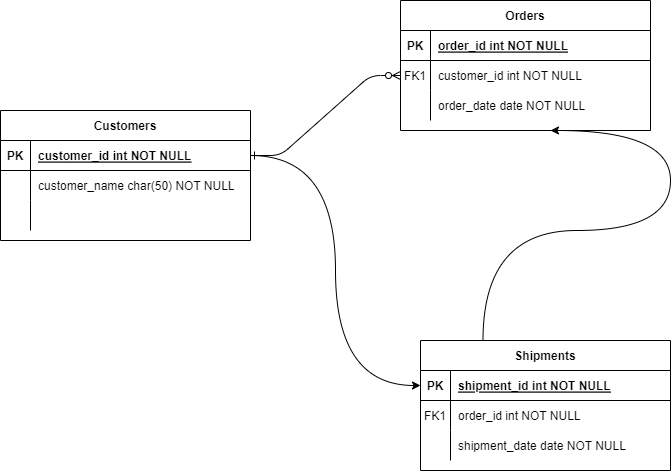
Above: Untitled Diagram.drawio.png in OrGeisler/Evaluation-Project (draw.io), before the change. Source tidied: cells renumbered, new cells last; positions are measured from the earlier drawing's top-left corner, leaving out a move shared by most shapes.
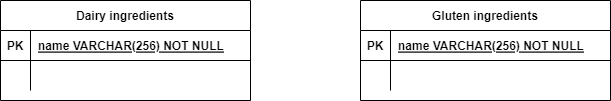
Above is the later version.

Diff of the diagram source:
```diff
@@ -2,11 +2,8 @@
   <root>
     <mxCell id="0" />
     <mxCell id="1" parent="0" />
-    <mxCell id="2" style="edgeStyle=entityRelationEdgeStyle;endArrow=ERzeroToMany;startArrow=ERone;endFill=1;startFill=0;" parent="1" edge="1" source="25" target="7">
-      <mxGeometry relative="1" as="geometry" />
-    </mxCell>
-    <mxCell id="3" value="Orders" style="shape=table;startSize=30;rowLines=0;fontStyle=1;align=center;" parent="1" vertex="1">
-      <mxGeometry x="400" width="250" height="130" as="geometry" />
+    <mxCell id="3" value="Gluten ingredients" style="shape=table;startSize=30;rowLines=0;fontStyle=1;align=center;" parent="1" vertex="1">
+      <mxGeometry x="420" y="110" width="250" height="100" as="geometry" />
     </mxCell>
     <mxCell id="4" style="shape=partialRectangle;fillColor=none;top=0;left=0;right=0;bottom=1;" parent="3" vertex="1">
       <mxGeometry y="30" width="250" height="30" as="geometry" />
@@ -14,62 +11,20 @@
     <mxCell id="5" value="PK" style="shape=partialRectangle;overflow=hidden;fillColor=none;top=0;left=0;bottom=0;right=0;fontStyle=1;" parent="4" vertex="1">
       <mxGeometry width="30" height="30" as="geometry" />
     </mxCell>
-    <mxCell id="6" value="order_id int NOT NULL " style="shape=partialRectangle;overflow=hidden;fillColor=none;top=0;left=0;bottom=0;right=0;align=left;spacingLeft=6;fontStyle=5;" parent="4" vertex="1">
+    <mxCell id="6" value="name VARCHAR(256) NOT NULL" style="shape=partialRectangle;overflow=hidden;fillColor=none;top=0;left=0;bottom=0;right=0;align=left;spacingLeft=6;fontStyle=5;" parent="4" vertex="1">
       <mxGeometry x="30" width="220" height="30" as="geometry" />
     </mxCell>
     <mxCell id="7" style="shape=partialRectangle;fillColor=none;points=[[0,0.5],[1,0.5]];portConstraint=eastwest;top=0;left=0;right=0;bottom=0;" parent="3" vertex="1">
       <mxGeometry y="60" width="250" height="30" as="geometry" />
     </mxCell>
-    <mxCell id="8" value="FK1" style="shape=partialRectangle;overflow=hidden;fillColor=none;top=0;left=0;bottom=0;right=0;" parent="7" vertex="1">
+    <mxCell id="8" style="shape=partialRectangle;overflow=hidden;fillColor=none;top=0;left=0;bottom=0;right=0;" parent="7" vertex="1">
       <mxGeometry width="30" height="30" as="geometry" />
     </mxCell>
-    <mxCell id="9" value="customer_id int NOT NULL" style="shape=partialRectangle;overflow=hidden;fillColor=none;top=0;left=0;bottom=0;right=0;align=left;spacingLeft=6;" parent="7" vertex="1">
+    <mxCell id="9" style="shape=partialRectangle;overflow=hidden;fillColor=none;top=0;left=0;bottom=0;right=0;align=left;spacingLeft=6;" parent="7" vertex="1">
       <mxGeometry x="30" width="220" height="30" as="geometry" />
     </mxCell>
-    <mxCell id="10" style="shape=partialRectangle;fillColor=none;points=[[0,0.5],[1,0.5]];portConstraint=eastwest;top=0;left=0;right=0;bottom=0;" parent="3" vertex="1">
-      <mxGeometry y="90" width="250" height="30" as="geometry" />
-    </mxCell>
-    <mxCell id="11" style="shape=partialRectangle;overflow=hidden;fillColor=none;top=0;left=0;bottom=0;right=0;" parent="10" vertex="1">
-      <mxGeometry width="30" height="30" as="geometry" />
-    </mxCell>
-    <mxCell id="12" value="order_date date NOT NULL" style="shape=partialRectangle;overflow=hidden;fillColor=none;top=0;left=0;bottom=0;right=0;align=left;spacingLeft=6;" parent="10" vertex="1">
-      <mxGeometry x="30" width="220" height="30" as="geometry" />
-    </mxCell>
-    <mxCell id="13" style="edgeStyle=orthogonalEdgeStyle;curved=1;rounded=0;jettySize=auto;html=1;exitX=0.25;exitY=0;exitDx=0;exitDy=0;entryX=0.6;entryY=1.333;entryDx=0;entryDy=0;entryPerimeter=0;" parent="1" edge="1" source="14" target="10">
-      <mxGeometry relative="1" as="geometry" />
-    </mxCell>
-    <mxCell id="14" value="Shipments" style="shape=table;startSize=30;rowLines=0;fontStyle=1;align=center;" parent="1" vertex="1">
-      <mxGeometry x="420" y="340" width="250" height="130" as="geometry" />
-    </mxCell>
-    <mxCell id="15" style="shape=partialRectangle;fillColor=none;points=[[0,0.5],[1,0.5]];portConstraint=eastwest;top=0;left=0;right=0;bottom=1;" parent="14" vertex="1">
-      <mxGeometry y="30" width="250" height="30" as="geometry" />
-    </mxCell>
-    <mxCell id="16" value="PK" style="shape=partialRectangle;overflow=hidden;fillColor=none;top=0;left=0;bottom=0;right=0;fontStyle=1;" parent="15" vertex="1">
-      <mxGeometry width="30" height="30" as="geometry" />
-    </mxCell>
-    <mxCell id="17" value="shipment_id int NOT NULL " style="shape=partialRectangle;overflow=hidden;fillColor=none;top=0;left=0;bottom=0;right=0;align=left;spacingLeft=6;fontStyle=5;" parent="15" vertex="1">
-      <mxGeometry x="30" width="220" height="30" as="geometry" />
-    </mxCell>
-    <mxCell id="18" style="shape=partialRectangle;fillColor=none;top=0;left=0;right=0;bottom=0;" parent="14" vertex="1">
-      <mxGeometry y="60" width="250" height="30" as="geometry" />
-    </mxCell>
-    <mxCell id="19" value="FK1" style="shape=partialRectangle;overflow=hidden;fillColor=none;top=0;left=0;bottom=0;right=0;" parent="18" vertex="1">
-      <mxGeometry width="30" height="30" as="geometry" />
-    </mxCell>
-    <mxCell id="20" value="order_id int NOT NULL" style="shape=partialRectangle;overflow=hidden;fillColor=none;top=0;left=0;bottom=0;right=0;align=left;spacingLeft=6;" parent="18" vertex="1">
-      <mxGeometry x="30" width="220" height="30" as="geometry" />
-    </mxCell>
-    <mxCell id="21" style="shape=partialRectangle;fillColor=none;top=0;left=0;right=0;bottom=0;" parent="14" vertex="1">
-      <mxGeometry y="90" width="250" height="30" as="geometry" />
-    </mxCell>
-    <mxCell id="22" style="shape=partialRectangle;overflow=hidden;fillColor=none;top=0;left=0;bottom=0;right=0;" parent="21" vertex="1">
-      <mxGeometry width="30" height="30" as="geometry" />
-    </mxCell>
-    <mxCell id="23" value="shipment_date date NOT NULL" style="shape=partialRectangle;overflow=hidden;fillColor=none;top=0;left=0;bottom=0;right=0;align=left;spacingLeft=6;" parent="21" vertex="1">
-      <mxGeometry x="30" width="220" height="30" as="geometry" />
-    </mxCell>
-    <mxCell id="24" value="Customers" style="shape=table;startSize=30;rowLines=0;fontStyle=1;align=center;" parent="1" vertex="1">
-      <mxGeometry y="110" width="250" height="130" as="geometry" />
+    <mxCell id="24" value="Dairy ingredients" style="shape=table;startSize=30;rowLines=0;fontStyle=1;align=center;" parent="1" vertex="1">
+      <mxGeometry x="60" y="110" width="250" height="100" as="geometry" />
     </mxCell>
     <mxCell id="25" style="shape=partialRectangle;fillColor=none;points=[[0,0.5],[1,0.5]];portConstraint=eastwest;top=0;left=0;right=0;bottom=1;" parent="24" vertex="1">
       <mxGeometry y="30" width="250" height="30" as="geometry" />
@@ -77,7 +32,7 @@
     <mxCell id="26" value="PK" style="shape=partialRectangle;overflow=hidden;fillColor=none;top=0;left=0;bottom=0;right=0;fontStyle=1;" parent="25" vertex="1">
       <mxGeometry width="30" height="30" as="geometry" />
     </mxCell>
-    <mxCell id="27" value="customer_id int NOT NULL " style="shape=partialRectangle;overflow=hidden;fillColor=none;top=0;left=0;bottom=0;right=0;align=left;spacingLeft=6;fontStyle=5;" parent="25" vertex="1">
+    <mxCell id="27" value="name VARCHAR(256) NOT NULL " style="shape=partialRectangle;overflow=hidden;fillColor=none;top=0;left=0;bottom=0;right=0;align=left;spacingLeft=6;fontStyle=5;" parent="25" vertex="1">
       <mxGeometry x="30" width="220" height="30" as="geometry" />
     </mxCell>
     <mxCell id="28" style="shape=partialRectangle;fillColor=none;top=0;left=0;right=0;bottom=0;" parent="24" vertex="1">
@@ -86,20 +41,8 @@
     <mxCell id="29" style="shape=partialRectangle;overflow=hidden;fillColor=none;top=0;left=0;bottom=0;right=0;" parent="28" vertex="1">
       <mxGeometry width="30" height="30" as="geometry" />
     </mxCell>
-    <mxCell id="30" value="customer_name char(50) NOT NULL" style="shape=partialRectangle;overflow=hidden;fillColor=none;top=0;left=0;bottom=0;right=0;align=left;spacingLeft=6;" parent="28" vertex="1">
+    <mxCell id="30" style="shape=partialRectangle;overflow=hidden;fillColor=none;top=0;left=0;bottom=0;right=0;align=left;spacingLeft=6;" parent="28" vertex="1">
       <mxGeometry x="30" width="220" height="30" as="geometry" />
     </mxCell>
-    <mxCell id="31" style="shape=partialRectangle;fillColor=none;top=0;left=0;right=0;bottom=0;" parent="24" vertex="1">
-      <mxGeometry y="90" width="250" height="30" as="geometry" />
-    </mxCell>
-    <mxCell id="32" style="shape=partialRectangle;overflow=hidden;fillColor=none;top=0;left=0;bottom=0;right=0;" parent="31" vertex="1">
-      <mxGeometry width="30" height="30" as="geometry" />
-    </mxCell>
-    <mxCell id="33" style="shape=partialRectangle;overflow=hidden;fillColor=none;top=0;left=0;bottom=0;right=0;align=left;spacingLeft=6;" parent="31" vertex="1">
-      <mxGeometry x="30" width="220" height="30" as="geometry" />
-    </mxCell>
-    <mxCell id="34" style="edgeStyle=orthogonalEdgeStyle;rounded=0;jettySize=auto;html=1;exitX=1;exitY=0.5;exitDx=0;exitDy=0;entryX=0;entryY=0.5;entryDx=0;entryDy=0;curved=1;" parent="1" edge="1" source="25" target="15">
-      <mxGeometry relative="1" as="geometry" />
-    </mxCell>
   </root>
 </mxGraphModel>
```
